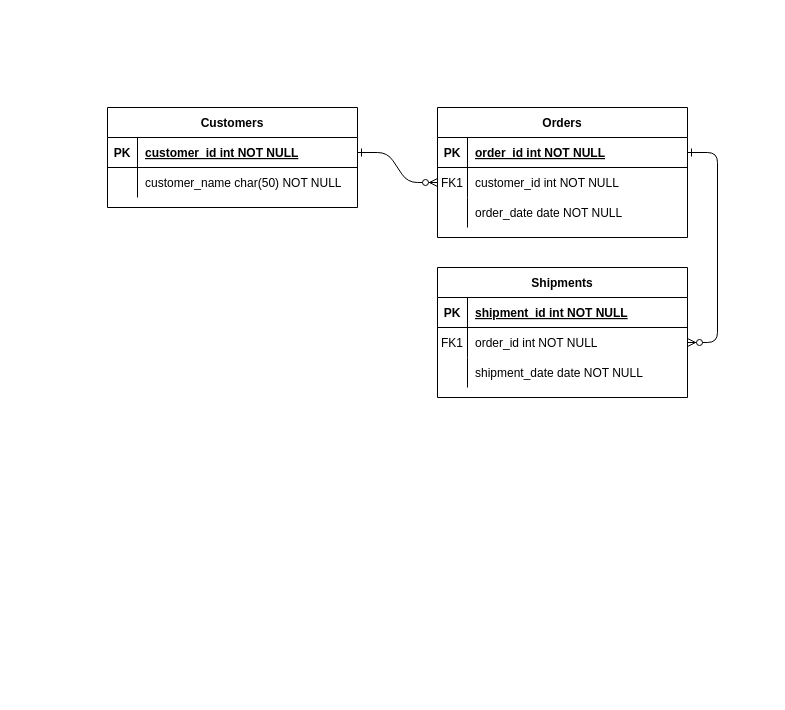
The draw.io diagram Diagrama sin título.drawio in Djaiber/Database-Basis, before the edit. Source tidied: cells renumbered, new cells numbered last; positions are measured from the earlier drawing's top-left corner, leaving out a move shared by most shapes. Both pictures are drawn from the tidied source at 100%, with x=0, y=0 at pixel (107, 107).
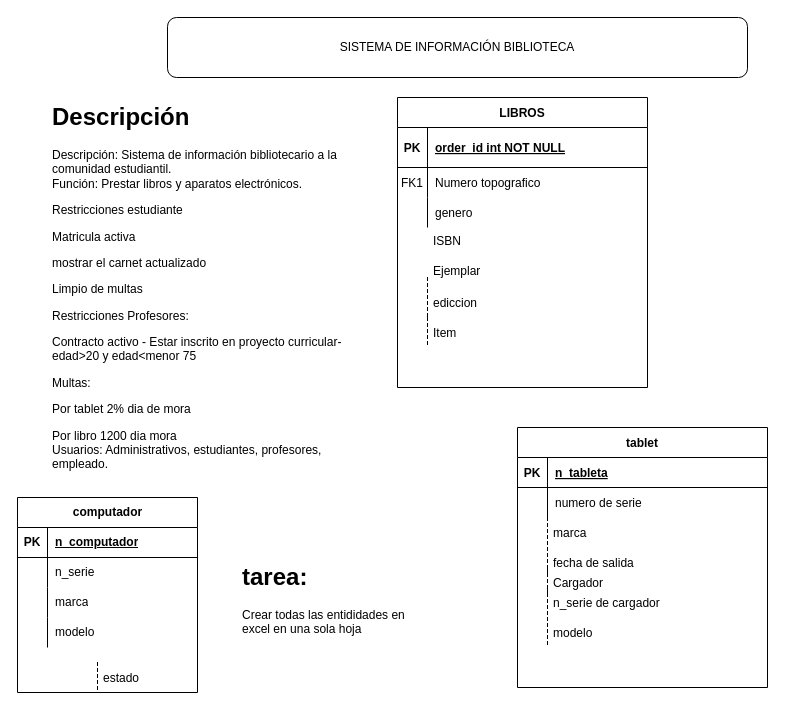
After the change.

The change refers to these unchanged cells:
```xml
<mxCell id="25" style="shape=partialRectangle;fillColor=none;points=[[0,0.5],[1,0.5]];portConstraint=eastwest;top=0;left=0;right=0;bottom=1;" parent="24" vertex="1">
  <mxGeometry y="30" width="250" height="30" as="geometry" />
</mxCell>
<mxCell id="28" style="shape=partialRectangle;fillColor=none;top=0;left=0;right=0;bottom=0;" parent="24" vertex="1">
  <mxGeometry y="60" width="250" height="30" as="geometry" />
</mxCell>
```

Change to the diagram source:
```diff
@@
-    <mxCell id="2" style="edgeStyle=entityRelationEdgeStyle;endArrow=ERzeroToMany;startArrow=ERone;endFill=1;startFill=0;" parent="1" edge="1" source="25" target="8">
-      <mxGeometry relative="1" as="geometry" />
-    </mxCell>
-    <mxCell id="3" style="edgeStyle=entityRelationEdgeStyle;endArrow=ERzeroToMany;startArrow=ERone;endFill=1;startFill=0;" parent="1" edge="1" source="5" target="18">
-      <mxGeometry relative="1" as="geometry" />
-    </mxCell>
-    <mxCell id="4" value="Orders" style="shape=table;startSize=30;childLayout=tableLayout;rowLines=0;fontStyle=1;align=center;" parent="1" vertex="1">
-      <mxGeometry x="330" width="250" height="130" as="geometry" />
+    <mxCell id="4" value="LIBROS" style="shape=table;startSize=30;childLayout=tableLayout;rowLines=0;fontStyle=1;align=center;" parent="1" vertex="1">
+      <mxGeometry x="290" y="-10" width="250" height="290" as="geometry" />
     </mxCell>
     <mxCell id="5" style="shape=partialRectangle;fillColor=none;points=[[0,0.5],[1,0.5]];portConstraint=eastwest;top=0;left=0;right=0;bottom=1;" parent="4" vertex="1">
-      <mxGeometry y="30" width="250" height="30" as="geometry" />
+      <mxGeometry y="30" width="250" height="40" as="geometry" />
     </mxCell>
     <mxCell id="6" value="PK" style="shape=partialRectangle;overflow=hidden;fillColor=none;top=0;left=0;bottom=0;right=0;fontStyle=1;" parent="5" vertex="1">
-      <mxGeometry width="30" height="30" as="geometry" />
+      <mxGeometry width="30" height="40" as="geometry" />
     </mxCell>
     <mxCell id="7" value="order_id int NOT NULL " style="shape=partialRectangle;overflow=hidden;fillColor=none;top=0;left=0;bottom=0;right=0;align=left;spacingLeft=6;fontStyle=5;" parent="5" vertex="1">
-      <mxGeometry x="30" width="220" height="30" as="geometry" />
+      <mxGeometry x="30" width="220" height="40" as="geometry" />
     </mxCell>
     <mxCell id="8" style="shape=partialRectangle;fillColor=none;points=[[0,0.5],[1,0.5]];portConstraint=eastwest;top=0;left=0;right=0;bottom=0;" parent="4" vertex="1">
-      <mxGeometry y="60" width="250" height="30" as="geometry" />
+      <mxGeometry y="70" width="250" height="30" as="geometry" />
     </mxCell>
@@
-    <mxCell id="10" value="customer_id int NOT NULL" style="shape=partialRectangle;overflow=hidden;fillColor=none;top=0;left=0;bottom=0;right=0;align=left;spacingLeft=6;" parent="8" vertex="1">
+    <mxCell id="10" value="Numero topografico" style="shape=partialRectangle;overflow=hidden;fillColor=none;top=0;left=0;bottom=0;right=0;align=left;spacingLeft=6;" parent="8" vertex="1">
       <mxGeometry x="30" width="220" height="30" as="geometry" />
     </mxCell>
     <mxCell id="11" style="shape=partialRectangle;fillColor=none;top=0;left=0;right=0;bottom=0;" parent="4" vertex="1">
-      <mxGeometry y="90" width="250" height="30" as="geometry" />
+      <mxGeometry y="100" width="250" height="30" as="geometry" />
     </mxCell>
@@
-    <mxCell id="13" value="order_date date NOT NULL" style="shape=partialRectangle;overflow=hidden;fillColor=none;top=0;left=0;bottom=0;right=0;align=left;spacingLeft=6;" parent="11" vertex="1">
+    <mxCell id="13" value="genero" style="shape=partialRectangle;overflow=hidden;fillColor=none;top=0;left=0;bottom=0;right=0;align=left;spacingLeft=6;" parent="11" vertex="1">
       <mxGeometry x="30" width="220" height="30" as="geometry" />
     </mxCell>
-    <mxCell id="14" value="Shipments" style="shape=table;startSize=30;childLayout=tableLayout;rowLines=0;fontStyle=1;align=center;" parent="1" vertex="1">
-      <mxGeometry x="330" y="160" width="250" height="130" as="geometry" />
-    </mxCell>
-    <mxCell id="15" style="shape=partialRectangle;fillColor=none;top=0;left=0;right=0;bottom=1;" parent="14" vertex="1">
-      <mxGeometry y="30" width="250" height="30" as="geometry" />
-    </mxCell>
-    <mxCell id="16" value="PK" style="shape=partialRectangle;overflow=hidden;fillColor=none;top=0;left=0;bottom=0;right=0;fontStyle=1;" parent="15" vertex="1">
-      <mxGeometry width="30" height="30" as="geometry" />
-    </mxCell>
-    <mxCell id="17" value="shipment_id int NOT NULL " style="shape=partialRectangle;overflow=hidden;fillColor=none;top=0;left=0;bottom=0;right=0;align=left;spacingLeft=6;fontStyle=5;" parent="15" vertex="1">
-      <mxGeometry x="30" width="220" height="30" as="geometry" />
-    </mxCell>
-    <mxCell id="18" style="shape=partialRectangle;fillColor=none;points=[[0,0.5],[1,0.5]];portConstraint=eastwest;top=0;left=0;right=0;bottom=0;" parent="14" vertex="1">
-      <mxGeometry y="60" width="250" height="30" as="geometry" />
-    </mxCell>
-    <mxCell id="19" value="FK1" style="shape=partialRectangle;overflow=hidden;fillColor=none;top=0;left=0;bottom=0;right=0;" parent="18" vertex="1">
-      <mxGeometry width="30" height="30" as="geometry" />
-    </mxCell>
-    <mxCell id="20" value="order_id int NOT NULL" style="shape=partialRectangle;overflow=hidden;fillColor=none;top=0;left=0;bottom=0;right=0;align=left;spacingLeft=6;" parent="18" vertex="1">
-      <mxGeometry x="30" width="220" height="30" as="geometry" />
-    </mxCell>
-    <mxCell id="21" style="shape=partialRectangle;fillColor=none;top=0;left=0;right=0;bottom=0;" parent="14" vertex="1">
-      <mxGeometry y="90" width="250" height="30" as="geometry" />
-    </mxCell>
-    <mxCell id="22" style="shape=partialRectangle;overflow=hidden;fillColor=none;top=0;left=0;bottom=0;right=0;" parent="21" vertex="1">
-      <mxGeometry width="30" height="30" as="geometry" />
-    </mxCell>
-    <mxCell id="23" value="shipment_date date NOT NULL" style="shape=partialRectangle;overflow=hidden;fillColor=none;top=0;left=0;bottom=0;right=0;align=left;spacingLeft=6;" parent="21" vertex="1">
-      <mxGeometry x="30" width="220" height="30" as="geometry" />
-    </mxCell>
-    <mxCell id="24" value="Customers" style="shape=table;startSize=30;childLayout=tableLayout;rowLines=0;fontStyle=1;align=center;" parent="1" vertex="1">
-      <mxGeometry width="250" height="100" as="geometry" />
+    <mxCell id="24" value="tablet" style="shape=table;startSize=30;childLayout=tableLayout;rowLines=0;fontStyle=1;align=center;" parent="1" vertex="1">
+      <mxGeometry x="410" y="320" width="250" height="260" as="geometry" />
     </mxCell>
@@
-    <mxCell id="27" value="customer_id int NOT NULL " style="shape=partialRectangle;overflow=hidden;fillColor=none;top=0;left=0;bottom=0;right=0;align=left;spacingLeft=6;fontStyle=5;" parent="25" vertex="1">
+    <mxCell id="27" value="n_tableta" style="shape=partialRectangle;overflow=hidden;fillColor=none;top=0;left=0;bottom=0;right=0;align=left;spacingLeft=6;fontStyle=5;" parent="25" vertex="1">
       <mxGeometry x="30" width="220" height="30" as="geometry" />
     </mxCell>
@@
-    <mxCell id="30" value="customer_name char(50) NOT NULL" style="shape=partialRectangle;overflow=hidden;fillColor=none;top=0;left=0;bottom=0;right=0;align=left;spacingLeft=6;" parent="28" vertex="1">
+    <mxCell id="30" value="numero de serie" style="shape=partialRectangle;overflow=hidden;fillColor=none;top=0;left=0;bottom=0;right=0;align=left;spacingLeft=6;" parent="28" vertex="1">
       <mxGeometry x="30" width="220" height="30" as="geometry" />
     </mxCell>
+    <mxCell id="31" value="&lt;h1&gt;Descripción&lt;/h1&gt;&lt;p&gt;Descripción: Sistema de información bibliotecario a la comunidad estudiantil.&lt;br style=&quot;border-color: var(--border-color); text-align: center;&quot;&gt;&lt;span style=&quot;text-align: center;&quot;&gt;Función: Prestar libros y aparatos electrónicos.&lt;/span&gt;&lt;br&gt;&lt;/p&gt;&lt;p&gt;&lt;span style=&quot;text-align: center;&quot;&gt;Restricciones estudiante&lt;/span&gt;&lt;/p&gt;&lt;p&gt;&lt;span style=&quot;text-align: center;&quot;&gt;Matricula activa&lt;/span&gt;&lt;/p&gt;&lt;p&gt;&lt;span style=&quot;text-align: center;&quot;&gt;mostrar el carnet actualizado&lt;/span&gt;&lt;/p&gt;&lt;p&gt;&lt;span style=&quot;text-align: center;&quot;&gt;Limpio de multas&lt;/span&gt;&lt;/p&gt;&lt;p&gt;&lt;span style=&quot;text-align: center;&quot;&gt;Restricciones Profesores:&lt;/span&gt;&lt;/p&gt;&lt;p&gt;&lt;span style=&quot;text-align: center;&quot;&gt;Contracto activo - Estar inscrito en proyecto&amp;nbsp;&lt;/span&gt;&lt;span style=&quot;background-color: initial; text-align: center;&quot;&gt;curricular- edad&amp;gt;20 y edad&amp;lt;menor 75&lt;/span&gt;&lt;/p&gt;&lt;p&gt;&lt;span style=&quot;background-color: initial; text-align: center;&quot;&gt;Multas:&lt;/span&gt;&lt;/p&gt;&lt;p&gt;&lt;span style=&quot;text-align: center;&quot;&gt;Por tablet 2% dia de mora&lt;/span&gt;&lt;/p&gt;&lt;p&gt;&lt;span style=&quot;text-align: center;&quot;&gt;Por libro 1200 dia mora&lt;br&gt;Usuarios: Administrativos, estudiantes, profesores, empleado.&lt;/span&gt;&lt;/p&gt;&lt;p&gt;&lt;span style=&quot;text-align: center;&quot;&gt;&lt;br&gt;&lt;/span&gt;&lt;/p&gt;&lt;p&gt;&lt;span style=&quot;text-align: center;&quot;&gt;&lt;br&gt;&lt;/span&gt;&lt;/p&gt;" style="text;html=1;spacing=5;spacingTop=-20;whiteSpace=wrap;overflow=hidden;rounded=0;" parent="1" vertex="1">
+      <mxGeometry x="-60" y="-10" width="330" height="410" as="geometry" />
+    </mxCell>
+    <mxCell id="32" value="SISTEMA DE INFORMACIÓN BIBLIOTECA" style="rounded=1;whiteSpace=wrap;html=1;" parent="1" vertex="1">
+      <mxGeometry x="60" y="-90" width="580" height="60" as="geometry" />
+    </mxCell>
+    <mxCell id="33" value="ISBN" style="text;strokeColor=none;fillColor=none;spacingLeft=4;spacingRight=4;overflow=hidden;fontSize=12;whiteSpace=wrap;html=1;" parent="1" vertex="1">
+      <mxGeometry x="320" y="120" width="40" height="30" as="geometry" />
+    </mxCell>
+    <mxCell id="34" value="Ejemplar" style="text;strokeColor=none;fillColor=none;spacingLeft=4;spacingRight=4;overflow=hidden;fontSize=12;whiteSpace=wrap;html=1;" parent="1" vertex="1">
+      <mxGeometry x="320" y="150" width="160" height="30" as="geometry" />
+    </mxCell>
+    <mxCell id="35" value="ediccion" style="shape=partialRectangle;fillColor=none;align=left;verticalAlign=middle;strokeColor=none;spacingLeft=34;" parent="1" vertex="1">
+      <mxGeometry x="290" y="180" width="90" height="30" as="geometry" />
+    </mxCell>
+    <mxCell id="36" style="shape=partialRectangle;top=0;left=0;bottom=0;fillColor=none;stokeWidth=1;dashed=1;align=left;verticalAlign=middle;spacingLeft=4;spacingRight=4;overflow=hidden;" parent="35" vertex="1">
+      <mxGeometry y="-10" width="30" height="40" as="geometry" />
+    </mxCell>
+    <mxCell id="37" value="Item" style="shape=partialRectangle;fillColor=none;align=left;verticalAlign=middle;strokeColor=none;spacingLeft=34;" parent="1" vertex="1">
+      <mxGeometry x="290" y="210" width="90" height="30" as="geometry" />
+    </mxCell>
+    <mxCell id="38" style="shape=partialRectangle;top=0;left=0;bottom=0;fillColor=none;stokeWidth=1;dashed=1;align=left;verticalAlign=middle;spacingLeft=4;spacingRight=4;overflow=hidden;" parent="37" vertex="1">
+      <mxGeometry width="30" height="30" as="geometry" />
+    </mxCell>
+    <mxCell id="39" value="marca" style="shape=partialRectangle;fillColor=none;align=left;verticalAlign=middle;strokeColor=none;spacingLeft=34;" parent="1" vertex="1">
+      <mxGeometry x="410" y="410" width="90" height="30" as="geometry" />
+    </mxCell>
+    <mxCell id="40" style="shape=partialRectangle;top=0;left=0;bottom=0;fillColor=none;stokeWidth=1;dashed=1;align=left;verticalAlign=middle;spacingLeft=4;spacingRight=4;overflow=hidden;" parent="39" vertex="1">
+      <mxGeometry width="30" height="30" as="geometry" />
+    </mxCell>
+    <mxCell id="41" value="Cargador" style="shape=partialRectangle;fillColor=none;align=left;verticalAlign=middle;strokeColor=none;spacingLeft=34;" parent="1" vertex="1">
+      <mxGeometry x="410" y="460" width="90" height="30" as="geometry" />
+    </mxCell>
+    <mxCell id="42" style="shape=partialRectangle;top=0;left=0;bottom=0;fillColor=none;stokeWidth=1;dashed=1;align=left;verticalAlign=middle;spacingLeft=4;spacingRight=4;overflow=hidden;" parent="41" vertex="1">
+      <mxGeometry width="30" height="30" as="geometry" />
+    </mxCell>
+    <mxCell id="43" value="fecha de salida" style="shape=partialRectangle;fillColor=none;align=left;verticalAlign=middle;strokeColor=none;spacingLeft=34;" parent="1" vertex="1">
+      <mxGeometry x="410" y="440" width="90" height="30" as="geometry" />
+    </mxCell>
+    <mxCell id="44" style="shape=partialRectangle;top=0;left=0;bottom=0;fillColor=none;stokeWidth=1;dashed=1;align=left;verticalAlign=middle;spacingLeft=4;spacingRight=4;overflow=hidden;" parent="43" vertex="1">
+      <mxGeometry width="30" height="30" as="geometry" />
+    </mxCell>
+    <mxCell id="45" value="n_serie de cargador" style="shape=partialRectangle;fillColor=none;align=left;verticalAlign=middle;strokeColor=none;spacingLeft=34;" parent="1" vertex="1">
+      <mxGeometry x="410" y="480" width="90" height="30" as="geometry" />
+    </mxCell>
+    <mxCell id="46" style="shape=partialRectangle;top=0;left=0;bottom=0;fillColor=none;stokeWidth=1;dashed=1;align=left;verticalAlign=middle;spacingLeft=4;spacingRight=4;overflow=hidden;" parent="45" vertex="1">
+      <mxGeometry width="30" height="30" as="geometry" />
+    </mxCell>
+    <mxCell id="47" value="modelo" style="shape=partialRectangle;fillColor=none;align=left;verticalAlign=middle;strokeColor=none;spacingLeft=34;" parent="1" vertex="1">
+      <mxGeometry x="410" y="510" width="90" height="30" as="geometry" />
+    </mxCell>
+    <mxCell id="48" style="shape=partialRectangle;top=0;left=0;bottom=0;fillColor=none;stokeWidth=1;dashed=1;align=left;verticalAlign=middle;spacingLeft=4;spacingRight=4;overflow=hidden;" parent="47" vertex="1">
+      <mxGeometry width="30" height="30" as="geometry" />
+    </mxCell>
+    <mxCell id="49" value="computador" style="shape=table;startSize=30;childLayout=tableLayout;rowLines=0;fontStyle=1;align=center;html=1;" parent="1" vertex="1">
+      <mxGeometry x="-90" y="390" width="180" height="195" as="geometry" />
+    </mxCell>
+    <mxCell id="50" style="shape=tableRow;horizontal=0;startSize=0;swimlaneHead=0;swimlaneBody=0;fillColor=none;top=0;left=0;right=0;bottom=1;" parent="49" vertex="1">
+      <mxGeometry y="30" width="180" height="30" as="geometry" />
+    </mxCell>
+    <mxCell id="16" value="PK" style="shape=partialRectangle;fillColor=none;top=0;left=0;bottom=0;right=0;fontStyle=1;overflow=hidden;whiteSpace=wrap;html=1;" parent="50" vertex="1">
+      <mxGeometry width="30" height="30" as="geometry" />
+    </mxCell>
+    <mxCell id="51" value="n_computador" style="shape=partialRectangle;fillColor=none;top=0;left=0;bottom=0;right=0;align=left;spacingLeft=6;fontStyle=5;overflow=hidden;whiteSpace=wrap;html=1;" parent="50" vertex="1">
+      <mxGeometry x="30" width="150" height="30" as="geometry" />
+    </mxCell>
+    <mxCell id="52" style="shape=tableRow;horizontal=0;startSize=0;swimlaneHead=0;swimlaneBody=0;fillColor=none;top=0;left=0;right=0;bottom=0;" parent="49" vertex="1">
+      <mxGeometry y="60" width="180" height="30" as="geometry" />
+    </mxCell>
+    <mxCell id="53" style="shape=partialRectangle;fillColor=none;top=0;left=0;bottom=0;right=0;overflow=hidden;whiteSpace=wrap;html=1;" parent="52" vertex="1">
+      <mxGeometry width="30" height="30" as="geometry" />
+    </mxCell>
+    <mxCell id="54" value="n_serie" style="shape=partialRectangle;fillColor=none;top=0;left=0;bottom=0;right=0;align=left;spacingLeft=6;overflow=hidden;whiteSpace=wrap;html=1;" parent="52" vertex="1">
+      <mxGeometry x="30" width="150" height="30" as="geometry" />
+    </mxCell>
+    <mxCell id="55" style="shape=tableRow;horizontal=0;startSize=0;swimlaneHead=0;swimlaneBody=0;fillColor=none;top=0;left=0;right=0;bottom=0;" parent="49" vertex="1">
+      <mxGeometry y="90" width="180" height="30" as="geometry" />
+    </mxCell>
+    <mxCell id="56" style="shape=partialRectangle;fillColor=none;top=0;left=0;bottom=0;right=0;overflow=hidden;whiteSpace=wrap;html=1;" parent="55" vertex="1">
+      <mxGeometry width="30" height="30" as="geometry" />
+    </mxCell>
+    <mxCell id="57" value="marca" style="shape=partialRectangle;fillColor=none;top=0;left=0;bottom=0;right=0;align=left;spacingLeft=6;overflow=hidden;whiteSpace=wrap;html=1;" parent="55" vertex="1">
+      <mxGeometry x="30" width="150" height="30" as="geometry" />
+    </mxCell>
+    <mxCell id="58" style="shape=tableRow;horizontal=0;startSize=0;swimlaneHead=0;swimlaneBody=0;fillColor=none;top=0;left=0;right=0;bottom=0;" parent="49" vertex="1">
+      <mxGeometry y="120" width="180" height="30" as="geometry" />
+    </mxCell>
+    <mxCell id="59" style="shape=partialRectangle;fillColor=none;top=0;left=0;bottom=0;right=0;overflow=hidden;whiteSpace=wrap;html=1;" parent="58" vertex="1">
+      <mxGeometry width="30" height="30" as="geometry" />
+    </mxCell>
+    <mxCell id="60" value="modelo" style="shape=partialRectangle;fillColor=none;top=0;left=0;bottom=0;right=0;align=left;spacingLeft=6;overflow=hidden;whiteSpace=wrap;html=1;" parent="58" vertex="1">
+      <mxGeometry x="30" width="150" height="30" as="geometry" />
+    </mxCell>
+    <mxCell id="61" value="estado" style="shape=partialRectangle;fillColor=none;align=left;verticalAlign=middle;strokeColor=none;spacingLeft=34;" parent="1" vertex="1">
+      <mxGeometry x="-40" y="555" width="90" height="30" as="geometry" />
+    </mxCell>
+    <mxCell id="62" style="shape=partialRectangle;top=0;left=0;bottom=0;fillColor=none;stokeWidth=1;dashed=1;align=left;verticalAlign=middle;spacingLeft=4;spacingRight=4;overflow=hidden;" parent="61" vertex="1">
+      <mxGeometry width="30" height="30" as="geometry" />
+    </mxCell>
+    <mxCell id="63" value="&lt;h1&gt;tarea:&lt;/h1&gt;&lt;div&gt;Crear todas las entididades en excel en una sola hoja&lt;/div&gt;" style="text;html=1;spacing=5;spacingTop=-20;whiteSpace=wrap;overflow=hidden;rounded=0;" parent="1" vertex="1">
+      <mxGeometry x="130" y="450" width="190" height="120" as="geometry" />
+    </mxCell>
```
